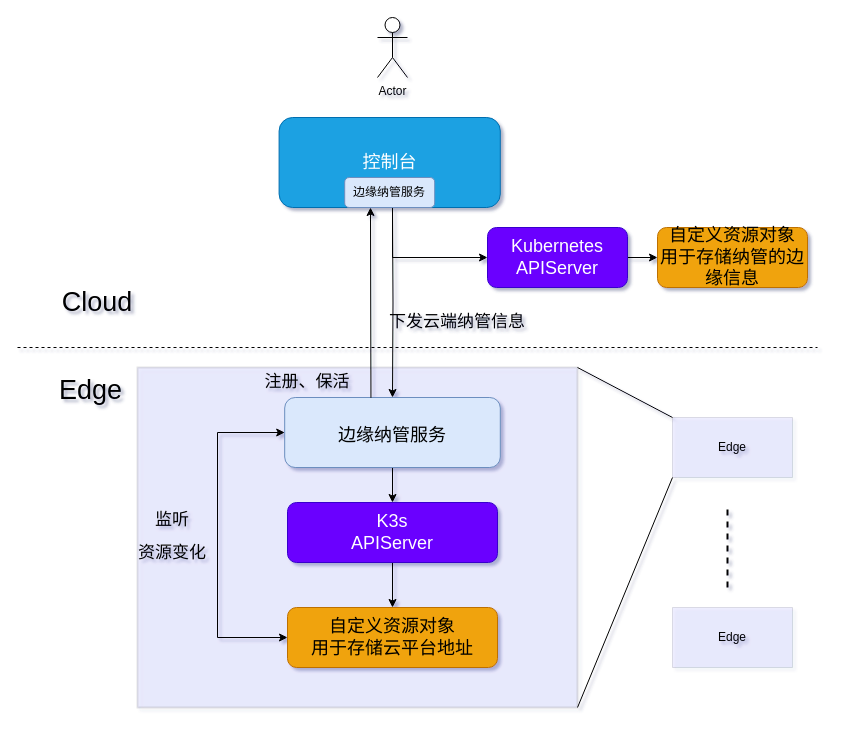
Earlier version of the draw.io diagram 边缘纳管.drawio (TonyZZhang/draw). Source tidied: cells renumbered, new cells numbered last; positions are measured from the earlier drawing's top-left corner, leaving out a move shared by most shapes. Both pictures are drawn from the tidied source at 100%, with x=0, y=0 at pixel (17, 17).
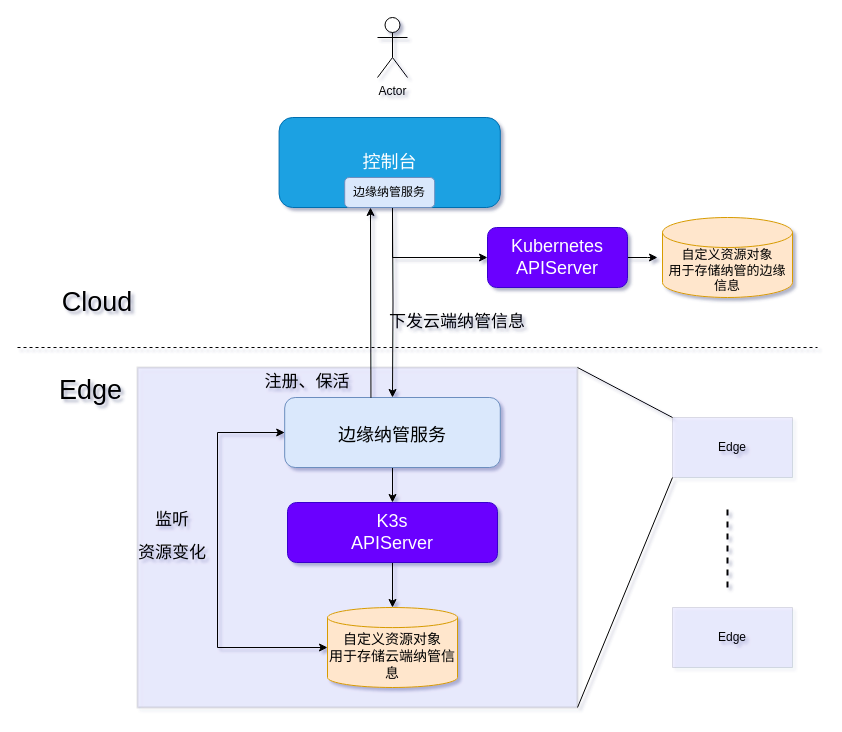
The same diagram, later.

Commit message:
更新边缘纳管.drawio

The change refers to these unchanged cells:
```xml
<mxCell id="10" value="&lt;font style=&quot;font-size: 18px;&quot;&gt;Kubernetes&lt;br&gt;APIServer&lt;/font&gt;" style="rounded=1;whiteSpace=wrap;html=1;fillColor=#6a00ff;fontColor=#ffffff;strokeColor=#3700CC;" parent="1" vertex="1">
  <mxGeometry x="470" y="210" width="140" height="60" as="geometry" />
</mxCell>
<mxCell id="15" value="&lt;font style=&quot;font-size: 18px;&quot;&gt;边缘纳管服务&lt;/font&gt;" style="rounded=1;whiteSpace=wrap;html=1;fontSize=27;fillColor=#dae8fc;strokeColor=#6c8ebf;" parent="1" vertex="1">
  <mxGeometry x="267.2" y="380" width="215.6" height="70" as="geometry" />
</mxCell>
<mxCell id="17" value="&lt;font style=&quot;font-size: 18px;&quot;&gt;K3s&lt;br&gt;APIServer&lt;/font&gt;" style="rounded=1;whiteSpace=wrap;html=1;fillColor=#6a00ff;fontColor=#ffffff;strokeColor=#3700CC;" parent="1" vertex="1">
  <mxGeometry x="270" y="485" width="210" height="60" as="geometry" />
</mxCell>
```

Change to the diagram source:
```diff
@@
-    <mxCell id="9" style="edgeStyle=orthogonalEdgeStyle;rounded=0;jettySize=auto;html=1;fontSize=27;" parent="1" edge="1" source="10" target="13">
-      <mxGeometry relative="1" as="geometry" />
+    <mxCell id="9" style="edgeStyle=orthogonalEdgeStyle;rounded=0;jettySize=auto;html=1;fontSize=27;" parent="1" edge="1" source="10">
+      <mxGeometry relative="1" as="geometry">
+        <mxPoint x="640" y="240" as="targetPoint" />
+      </mxGeometry>
     </mxCell>
@@
-    <mxCell id="13" value="&lt;span style=&quot;font-size: 18px;&quot;&gt;自定义资源对象&lt;br&gt;用于存储纳管的边缘信息&lt;br&gt;&lt;/span&gt;" style="rounded=1;whiteSpace=wrap;html=1;fillColor=#f0a30a;fontColor=#000000;strokeColor=#BD7000;" parent="1" vertex="1">
-      <mxGeometry x="640" y="210" width="150" height="60" as="geometry" />
-    </mxCell>
@@
-    <mxCell id="16" style="edgeStyle=orthogonalEdgeStyle;rounded=0;jettySize=auto;html=1;fontSize=27;" parent="1" edge="1" source="17" target="18">
-      <mxGeometry relative="1" as="geometry" />
+    <mxCell id="16" style="edgeStyle=orthogonalEdgeStyle;rounded=0;jettySize=auto;html=1;fontSize=27;" parent="1" edge="1" source="17">
+      <mxGeometry relative="1" as="geometry">
+        <mxPoint x="375" y="590" as="targetPoint" />
+      </mxGeometry>
     </mxCell>
@@
-    <mxCell id="18" value="&lt;span style=&quot;font-size: 18px;&quot;&gt;自定义资源对象&lt;br&gt;用于存储云平台地址&lt;br&gt;&lt;/span&gt;" style="rounded=1;whiteSpace=wrap;html=1;fillColor=#f0a30a;fontColor=#000000;strokeColor=#BD7000;" parent="1" vertex="1">
-      <mxGeometry x="270" y="590" width="210" height="60" as="geometry" />
-    </mxCell>
@@
-    <mxCell id="23" style="endArrow=classic;startArrow=classic;html=1;rounded=0;fontSize=18;exitX=0;exitY=0.5;exitDx=0;exitDy=0;entryX=0;entryY=0.5;entryDx=0;entryDy=0;" parent="1" edge="1" source="18" target="15">
+    <mxCell id="23" style="endArrow=classic;startArrow=classic;html=1;rounded=0;fontSize=18;entryX=0;entryY=0.5;entryDx=0;entryDy=0;exitX=0;exitY=0.5;exitDx=0;exitDy=0;exitPerimeter=0;" parent="1" edge="1" source="29" target="15">
       <mxGeometry relative="1" as="geometry">
         <Array as="points">
-          <mxPoint x="200" y="620" />
+          <mxPoint x="200" y="630" />
           <mxPoint x="200" y="415" />
         </Array>
       </mxGeometry>
     </mxCell>
@@
+    <mxCell id="13" value="&lt;font style=&quot;font-size: 13px;&quot;&gt;自定义资源对象&lt;br style=&quot;&quot;&gt;用于存储纳管的边缘信息&lt;/font&gt;" style="shape=cylinder3;whiteSpace=wrap;html=1;boundedLbl=1;backgroundOutline=1;size=15;fillColor=#ffe6cc;strokeColor=#d79b00;" parent="1" vertex="1">
+      <mxGeometry x="645" y="200" width="130" height="80" as="geometry" />
+    </mxCell>
+    <mxCell id="29" value="&lt;font style=&quot;font-size: 14px;&quot;&gt;自定义资源对象&lt;br style=&quot;&quot;&gt;用于存储云端纳管信息&lt;/font&gt;" style="shape=cylinder3;whiteSpace=wrap;html=1;boundedLbl=1;backgroundOutline=1;size=10.047677176339334;fontSize=13;fillColor=#ffe6cc;strokeColor=#d79b00;" parent="1" vertex="1">
+      <mxGeometry x="310" y="590" width="130" height="80" as="geometry" />
+    </mxCell>
```
